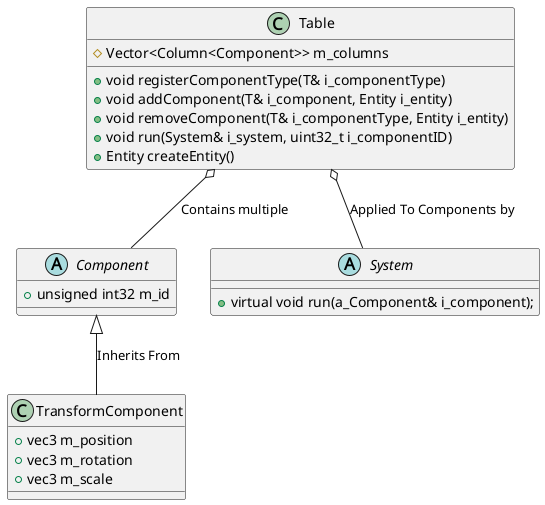
The PlantUML diagram ClassDiagram.png in NCCA/programming-assignment-supersliser, before a commit.
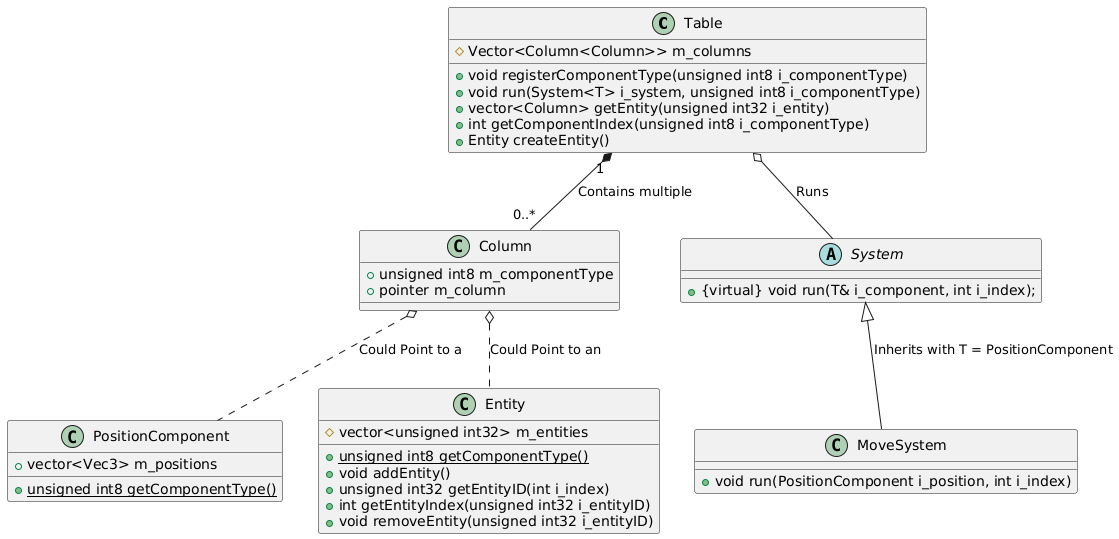
The same file after the commit.

Diff of the diagram source:
```diff
@@ -1,30 +1,45 @@
 @startuml
 
 class Table {
-	# Vector<Column<Component>> m_columns
-	+ void registerComponentType(T& i_componentType)
-	+ void addComponent(T& i_component, Entity i_entity)
-	+ void removeComponent(T& i_componentType, Entity i_entity)
-	+ void run(System& i_system, uint32_t i_componentID)
+	# Vector<Column<Column>> m_columns
+	+ void registerComponentType(unsigned int8 i_componentType)
+	+ void run(System<T> i_system, unsigned int8 i_componentType)
+    + vector<Column> getEntity(unsigned int32 i_entity)
+    + int getComponentIndex(unsigned int8 i_componentType)
 	+ Entity createEntity()
 }
 
-abstract class Component {
-	+ unsigned int32 m_id
+class Column {
+    + unsigned int8 m_componentType
+	+ pointer m_column
 }
 
-class TransformComponent {
-	+ vec3 m_position
-	+ vec3 m_rotation
-	+ vec3 m_scale
+class PositionComponent {
+	+ vector<Vec3> m_positions
+    + {static} unsigned int8 getComponentType()
+}
+
+class Entity {
+	# vector<unsigned int32> m_entities
+	+ {static} unsigned int8 getComponentType()
+	+ void addEntity()
+	+ unsigned int32 getEntityID(int i_index)
+	+ int getEntityIndex(unsigned int32 i_entityID)
+	+ void removeEntity(unsigned int32 i_entityID)
 }
 
 abstract class System {
-	+ virtual void run(a_Component& i_component);
+	+ {virtual} void run(T& i_component, int i_index);
 }
 
-Table o-- System : "Applied To Components by"
-Component <|-- TransformComponent : "Inherits From"
-Table o-- Component : "Contains multiple"
+class MoveSystem {
+	+ void run(PositionComponent i_position, int i_index)
+}
+
+Table "1" *-- "0..*" Column : "Contains multiple"
+Column o.. PositionComponent : "Could Point to a"
+Column o.. Entity : "Could Point to an"
+System <|-- MoveSystem : "Inherits with T = PositionComponent"
+Table o-- System : "Runs"
 
 @enduml
```
